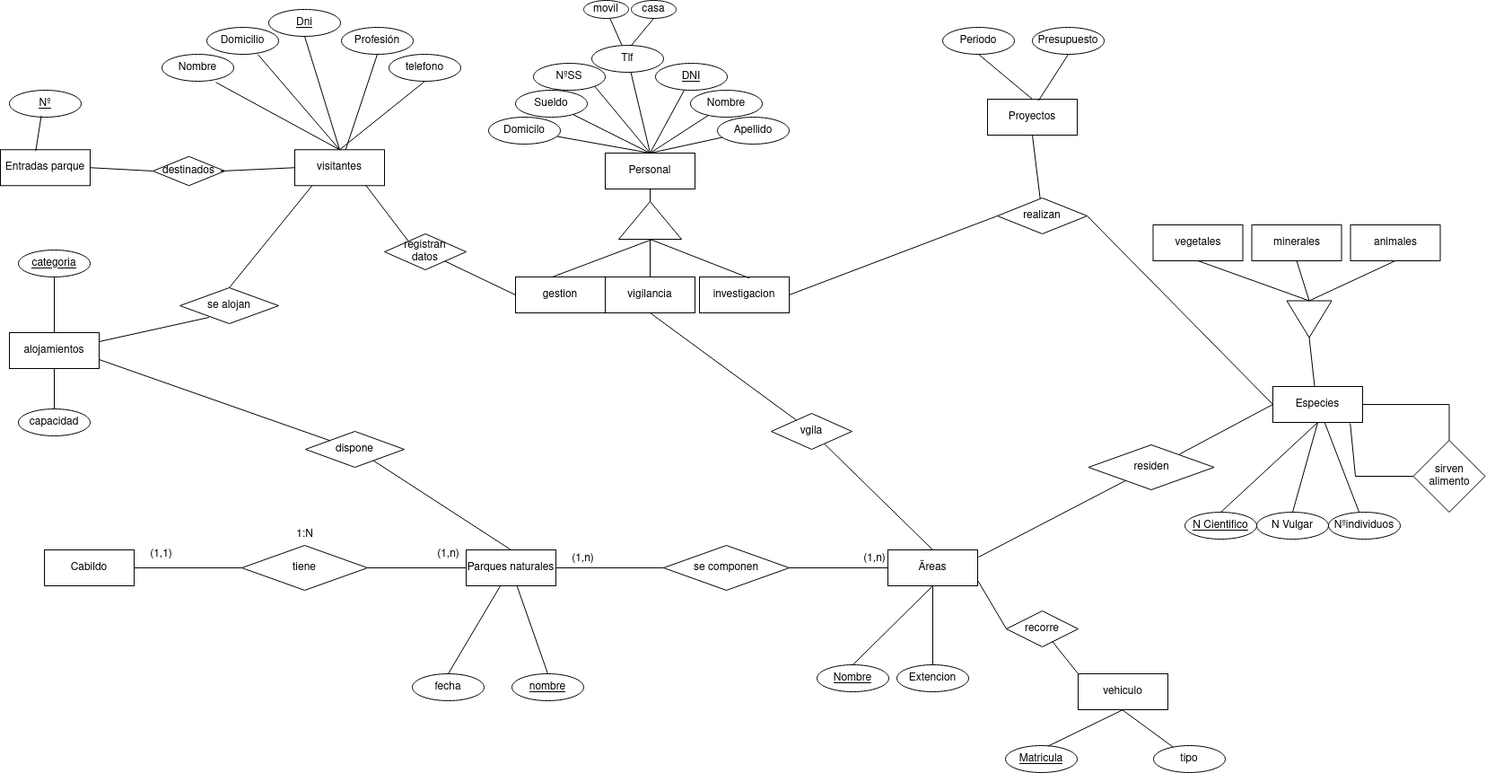
The draw.io diagram Ejercicios/tarea2/tarea_E/diagramaFinal.png in adogonz23/BAE, before a commit. Source tidied: cells renumbered, new cells last; positions are measured from the earlier drawing's top-left corner, leaving out a move shared by most shapes.
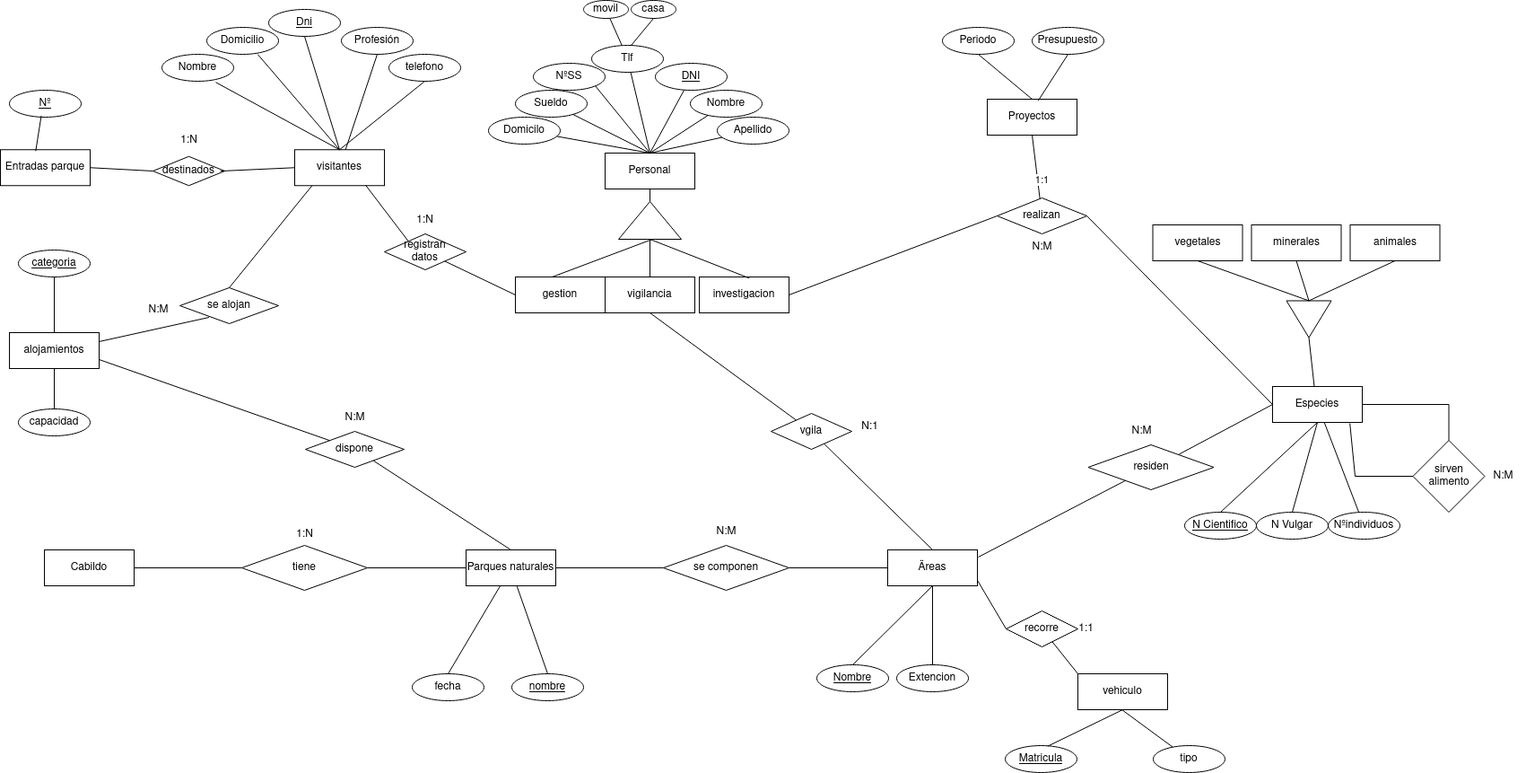
After the change.

Change to the diagram source:
```diff
@@ -17,12 +17,6 @@
     <mxCell id="6" style="endArrow=none;html=1;rounded=0;entryX=0;entryY=0.5;entryDx=0;entryDy=0;exitX=1;exitY=0.5;exitDx=0;exitDy=0;" parent="1" edge="1" source="4" target="3">
       <mxGeometry relative="1" as="geometry" />
     </mxCell>
-    <mxCell id="7" value="(1,n)" style="text;html=1;align=center;verticalAlign=middle;strokeColor=none;fillColor=none;" parent="1" vertex="1">
-      <mxGeometry x="474" y="602" width="50" height="30" as="geometry" />
-    </mxCell>
-    <mxCell id="8" value="(1,1)" style="text;html=1;align=center;verticalAlign=middle;strokeColor=none;fillColor=none;" parent="1" vertex="1">
-      <mxGeometry x="154" y="602" width="50" height="30" as="geometry" />
-    </mxCell>
     <mxCell id="9" value="1:N" style="text;html=1;align=center;verticalAlign=middle;strokeColor=none;fillColor=none;" parent="1" vertex="1">
       <mxGeometry x="319" y="580" width="40" height="30" as="geometry" />
     </mxCell>
@@ -40,12 +34,6 @@
     <mxCell id="13" style="endArrow=none;html=1;rounded=0;entryX=0;entryY=0.5;entryDx=0;entryDy=0;exitX=1;exitY=0.5;exitDx=0;exitDy=0;" parent="1" edge="1" source="11" target="10">
       <mxGeometry relative="1" as="geometry" />
     </mxCell>
-    <mxCell id="14" value="(1,n)" style="text;html=1;align=center;verticalAlign=middle;strokeColor=none;fillColor=none;" parent="1" vertex="1">
-      <mxGeometry x="949" y="607" width="50" height="30" as="geometry" />
-    </mxCell>
-    <mxCell id="15" value="(1,n)" style="text;html=1;align=center;verticalAlign=middle;strokeColor=none;fillColor=none;" parent="1" vertex="1">
-      <mxGeometry x="624" y="607" width="50" height="30" as="geometry" />
-    </mxCell>
     <mxCell id="16" value="residen" style="rhombus;whiteSpace=wrap;html=1;" parent="1" vertex="1">
       <mxGeometry x="1212.5" y="495" width="140" height="50" as="geometry" />
     </mxCell>
@@ -139,6 +127,11 @@
     <mxCell id="44" style="endArrow=none;html=1;rounded=0;entryX=0.5;entryY=1;entryDx=0;entryDy=0;" parent="1" edge="1" source="42" target="26">
       <mxGeometry relative="1" as="geometry" />
     </mxCell>
+    <mxCell id="124" value="1:1" style="edgeLabel;html=1;align=center;verticalAlign=middle;" parent="44" vertex="1">
+      <mxGeometry x="-0.42" y="-1" relative="1" as="geometry">
+        <mxPoint x="3" as="offset" />
+      </mxGeometry>
+    </mxCell>
     <mxCell id="45" style="endArrow=none;html=1;rounded=0;exitX=0;exitY=0;exitDx=0;exitDy=0;" parent="1" edge="1" source="29" target="41">
       <mxGeometry relative="1" as="geometry" />
     </mxCell>
@@ -388,5 +381,35 @@
     <mxCell id="123" style="endArrow=none;html=1;rounded=0;entryX=0.5;entryY=1;entryDx=0;entryDy=0;" parent="1" edge="1" source="121" target="55">
       <mxGeometry relative="1" as="geometry" />
     </mxCell>
+    <mxCell id="125" value="N:M" style="text;html=1;align=center;verticalAlign=middle;strokeColor=none;fillColor=none;" parent="1" vertex="1">
+      <mxGeometry x="784" y="577" width="50" height="30" as="geometry" />
+    </mxCell>
+    <mxCell id="126" value="N:M" style="text;html=1;align=center;verticalAlign=middle;strokeColor=none;fillColor=none;" parent="1" vertex="1">
+      <mxGeometry x="1247" y="465" width="50" height="30" as="geometry" />
+    </mxCell>
+    <mxCell id="127" value="N:M" style="text;html=1;align=center;verticalAlign=middle;strokeColor=none;fillColor=none;" parent="1" vertex="1">
+      <mxGeometry x="1136" y="260" width="50" height="30" as="geometry" />
+    </mxCell>
+    <mxCell id="128" value="N:M" style="text;html=1;align=center;verticalAlign=middle;strokeColor=none;fillColor=none;" parent="1" vertex="1">
+      <mxGeometry x="1650" y="515" width="50" height="30" as="geometry" />
+    </mxCell>
+    <mxCell id="129" value="1:N" style="text;html=1;align=center;verticalAlign=middle;strokeColor=none;fillColor=none;" parent="1" vertex="1">
+      <mxGeometry x="453.5" y="230" width="40" height="30" as="geometry" />
+    </mxCell>
+    <mxCell id="130" value="N:1" style="text;html=1;align=center;verticalAlign=middle;strokeColor=none;fillColor=none;" parent="1" vertex="1">
+      <mxGeometry x="949" y="460" width="40" height="30" as="geometry" />
+    </mxCell>
+    <mxCell id="131" value="1:1" style="text;html=1;align=center;verticalAlign=middle;strokeColor=none;fillColor=none;" parent="1" vertex="1">
+      <mxGeometry x="1190" y="685" width="40" height="30" as="geometry" />
+    </mxCell>
+    <mxCell id="132" value="N:M" style="text;html=1;align=center;verticalAlign=middle;strokeColor=none;fillColor=none;" parent="1" vertex="1">
+      <mxGeometry x="370" y="450" width="50" height="30" as="geometry" />
+    </mxCell>
+    <mxCell id="133" value="N:M" style="text;html=1;align=center;verticalAlign=middle;strokeColor=none;fillColor=none;" parent="1" vertex="1">
+      <mxGeometry x="151" y="330" width="50" height="30" as="geometry" />
+    </mxCell>
+    <mxCell id="134" value="1:N" style="text;html=1;align=center;verticalAlign=middle;strokeColor=none;fillColor=none;" parent="1" vertex="1">
+      <mxGeometry x="190" y="141" width="40" height="30" as="geometry" />
+    </mxCell>
   </root>
 </mxGraphModel>
```
